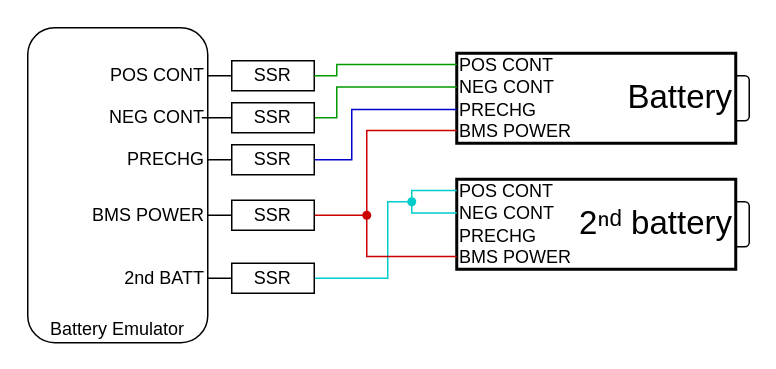
Above: be_battery_2x_gpio.drawio in nagyrobi/files (draw.io), before the change. Source tidied: cells renumbered, new cells numbered last; positions are measured from the earlier drawing's top-left corner, leaving out a move shared by most shapes. Both pictures are drawn from the tidied source at 150%, with x=0, y=0 at pixel (27, 27).
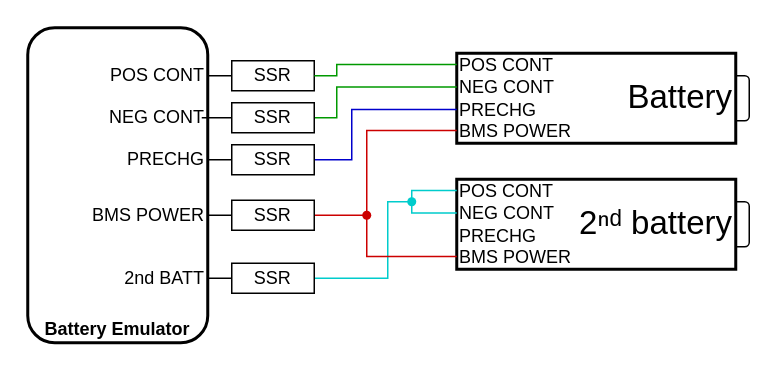
The same diagram, later.

What changed in the source:
```diff
@@
-    <mxCell id="6" value="Battery Emulator" style="rounded=1;whiteSpace=wrap;html=1;miterlimit=4;verticalAlign=bottom;" parent="1" vertex="1">
+    <mxCell id="6" value="Battery Emulator" style="rounded=1;whiteSpace=wrap;html=1;miterlimit=4;verticalAlign=bottom;strokeWidth=2;fontStyle=1;" parent="1" vertex="1">
       <mxGeometry width="120" height="210" as="geometry" />
     </mxCell>
```
